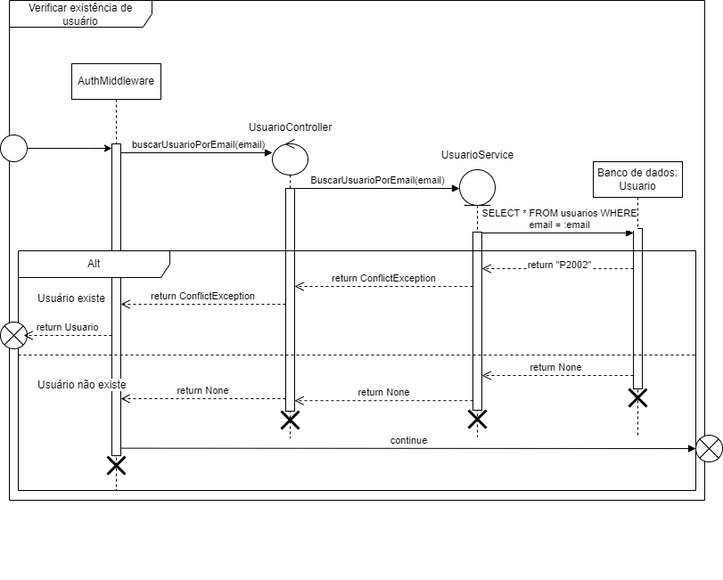
Earlier version of the draw.io export UML/sequencia/usuario/verificacao_de_existencia_usuario.drawio.png (Dev-Vinicius-Borges/thousand-miles). Source tidied: cells renumbered, new cells last; positions are measured from the earlier drawing's top-left corner, leaving out a move shared by most shapes.
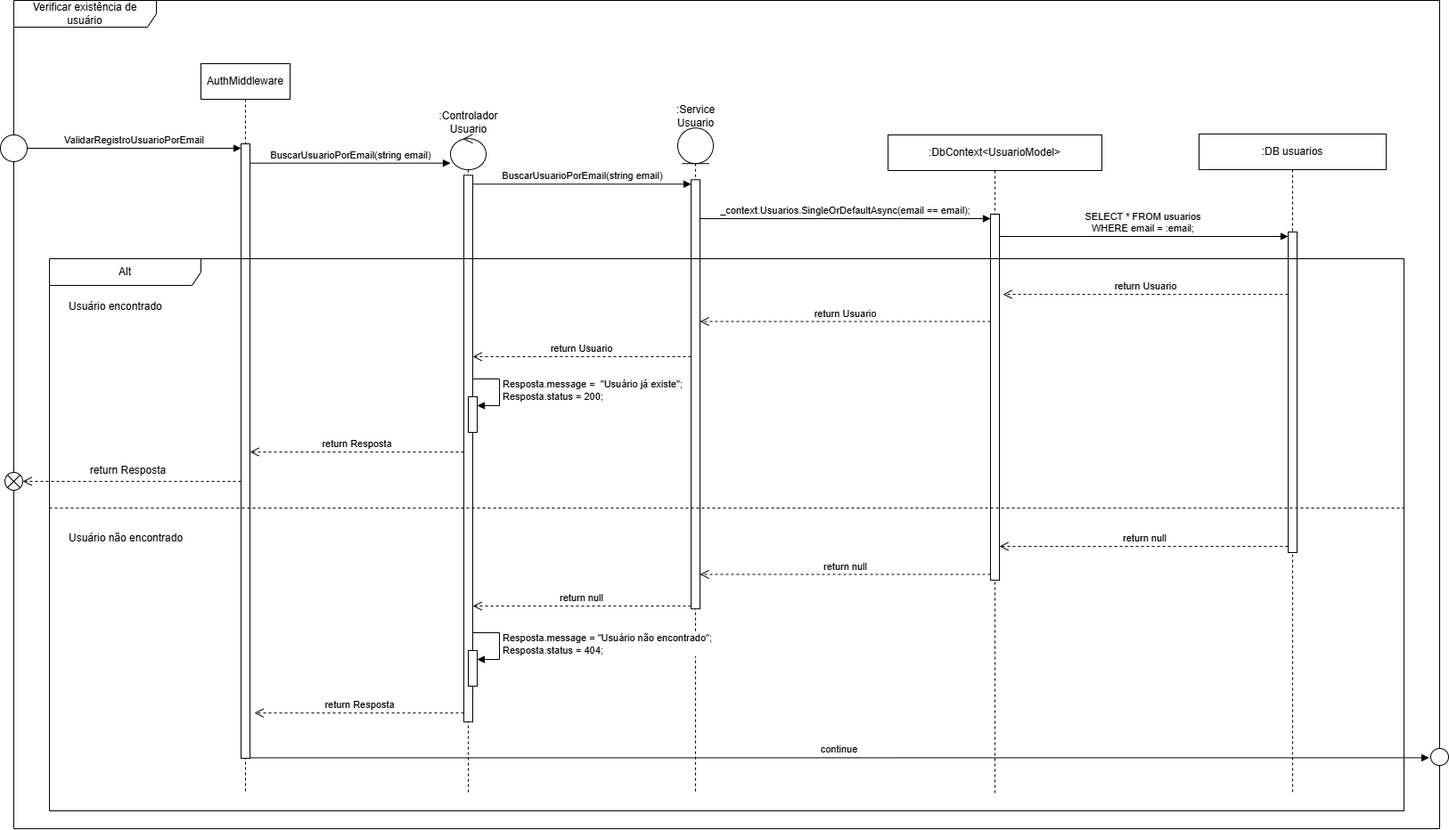
The same file after the commit.

Commit message:
docs(UML): Refatorando o diagrama de verificação de email.

What changed in the source:
```diff
@@ -3,140 +3,165 @@
     <mxCell id="0" />
     <mxCell id="1" parent="0" />
     <mxCell id="2" value="Verificar existência de usuário" style="shape=umlFrame;whiteSpace=wrap;html=1;width=160;" parent="1" vertex="1">
-      <mxGeometry x="10" width="780" height="561" as="geometry" />
+      <mxGeometry x="10" width="1600" height="930" as="geometry" />
     </mxCell>
-    <mxCell id="3" style="group;" parent="2" vertex="1">
-      <mxGeometry x="255" y="101" width="120" height="549" as="geometry" />
-    </mxCell>
-    <mxCell id="4" style="shape=umlLifeline;perimeter=lifelinePerimeter;whiteSpace=wrap;html=1;newEdgeStyle={&quot;curved&quot;:0,&quot;rounded&quot;:0};participant=umlControl;" parent="3" vertex="1">
-      <mxGeometry x="40" y="54.9" width="40" height="335.1" as="geometry" />
-    </mxCell>
-    <mxCell id="5" value="UsuarioController" style="text;html=1;align=center;verticalAlign=middle;strokeColor=none;fillColor=none;" parent="3" vertex="1">
-      <mxGeometry y="27.5" width="120" height="30" as="geometry" />
-    </mxCell>
-    <mxCell id="6" style="html=1;points=[[0,0,0,0,5],[0,1,0,0,-5],[1,0,0,0,5],[1,1,0,0,-5]];perimeter=orthogonalPerimeter;outlineConnect=0;targetShapes=umlLifeline;portConstraint=eastwest;newEdgeStyle={&quot;curved&quot;:0,&quot;rounded&quot;:0};" parent="3" vertex="1">
-      <mxGeometry x="55" y="110" width="10" height="250" as="geometry" />
-    </mxCell>
-    <mxCell id="7" value="return None" style="html=1;verticalAlign=bottom;endArrow=open;dashed=1;endSize=8;curved=0;rounded=0;" parent="3" edge="1">
-      <mxGeometry relative="1" as="geometry">
-        <mxPoint x="265" y="348.2" as="sourcePoint" />
-        <mxPoint x="65" y="348.2" as="targetPoint" />
-      </mxGeometry>
-    </mxCell>
-    <mxCell id="8" style="shape=umlDestroy;whiteSpace=wrap;html=1;strokeWidth=3;targetShapes=umlLifeline;" parent="3" vertex="1">
-      <mxGeometry x="50" y="360" width="20" height="20" as="geometry" />
-    </mxCell>
     <mxCell id="9" value="AuthMiddleware" style="shape=umlLifeline;perimeter=lifelinePerimeter;whiteSpace=wrap;html=1;newEdgeStyle={&quot;curved&quot;:0,&quot;rounded&quot;:0};" parent="2" vertex="1">
-      <mxGeometry x="70" y="71" width="100" height="479" as="geometry" />
+      <mxGeometry x="210" y="71" width="100" height="819" as="geometry" />
     </mxCell>
     <mxCell id="10" style="html=1;points=[[0,0,0,0,5],[0,1,0,0,-5],[1,0,0,0,5],[1,1,0,0,-5]];perimeter=orthogonalPerimeter;outlineConnect=0;targetShapes=umlLifeline;portConstraint=eastwest;newEdgeStyle={&quot;curved&quot;:0,&quot;rounded&quot;:0};" parent="9" vertex="1">
-      <mxGeometry x="45" y="90" width="10" height="350" as="geometry" />
+      <mxGeometry x="45" y="90" width="10" height="690" as="geometry" />
     </mxCell>
-    <mxCell id="11" value="buscarUsuarioPorEmail(email)" style="html=1;verticalAlign=bottom;endArrow=block;curved=0;rounded=0;entryX=0;entryY=0.071;entryDx=0;entryDy=0;entryPerimeter=0;" parent="2" edge="1">
-      <mxGeometry relative="1" as="geometry">
-        <mxPoint x="125" y="171" as="sourcePoint" />
-        <mxPoint x="295" y="171" as="targetPoint" />
-      </mxGeometry>
-    </mxCell>
-    <mxCell id="12" style="shape=umlLifeline;perimeter=lifelinePerimeter;whiteSpace=wrap;html=1;newEdgeStyle={&quot;curved&quot;:0,&quot;rounded&quot;:0};participant=umlEntity;" parent="2" vertex="1">
-      <mxGeometry x="505" y="190" width="40" height="300" as="geometry" />
-    </mxCell>
-    <mxCell id="13" style="html=1;points=[[0,0,0,0,5],[0,1,0,0,-5],[1,0,0,0,5],[1,1,0,0,-5]];perimeter=orthogonalPerimeter;outlineConnect=0;targetShapes=umlLifeline;portConstraint=eastwest;newEdgeStyle={&quot;curved&quot;:0,&quot;rounded&quot;:0};" parent="12" vertex="1">
-      <mxGeometry x="15" y="70" width="10" height="200" as="geometry" />
-    </mxCell>
-    <mxCell id="14" style="shape=umlDestroy;whiteSpace=wrap;html=1;strokeWidth=3;targetShapes=umlLifeline;" parent="12" vertex="1">
-      <mxGeometry x="10" y="270" width="20" height="20" as="geometry" />
-    </mxCell>
-    <mxCell id="15" value="Banco de dados: Usuario" style="shape=umlLifeline;perimeter=lifelinePerimeter;whiteSpace=wrap;html=1;newEdgeStyle={&quot;curved&quot;:0,&quot;rounded&quot;:0};" parent="2" vertex="1">
-      <mxGeometry x="655" y="181" width="100" height="309" as="geometry" />
-    </mxCell>
-    <mxCell id="16" style="html=1;points=[[0,0,0,0,5],[0,1,0,0,-5],[1,0,0,0,5],[1,1,0,0,-5]];perimeter=orthogonalPerimeter;outlineConnect=0;targetShapes=umlLifeline;portConstraint=eastwest;newEdgeStyle={&quot;curved&quot;:0,&quot;rounded&quot;:0};" parent="15" vertex="1">
-      <mxGeometry x="45" y="75" width="10" height="180" as="geometry" />
-    </mxCell>
-    <mxCell id="17" style="shape=umlDestroy;whiteSpace=wrap;html=1;strokeWidth=3;targetShapes=umlLifeline;" parent="15" vertex="1">
-      <mxGeometry x="40" y="255" width="20" height="20" as="geometry" />
-    </mxCell>
-    <mxCell id="18" value="SELECT * FROM usuarios WHERE&lt;div&gt;email = :email&lt;/div&gt;" style="html=1;verticalAlign=bottom;endArrow=block;curved=0;rounded=0;entryX=0;entryY=0;entryDx=0;entryDy=5;" parent="2" edge="1" source="13" target="16">
-      <mxGeometry relative="1" as="geometry" />
-    </mxCell>
-    <mxCell id="19" value="return &quot;P2002&quot;" style="html=1;verticalAlign=bottom;endArrow=open;dashed=1;endSize=8;curved=0;rounded=0;" parent="2" edge="1">
-      <mxGeometry y="5" relative="1" as="geometry">
-        <mxPoint x="700" y="301" as="sourcePoint" />
-        <mxPoint x="530" y="301" as="targetPoint" />
-      </mxGeometry>
-    </mxCell>
-    <mxCell id="20" value="return ConflictException" style="html=1;verticalAlign=bottom;endArrow=open;dashed=1;endSize=8;curved=0;rounded=0;" parent="2" edge="1">
-      <mxGeometry relative="1" as="geometry">
-        <mxPoint x="520" y="321" as="sourcePoint" />
-        <mxPoint x="320" y="321" as="targetPoint" />
-      </mxGeometry>
-    </mxCell>
-    <mxCell id="21" value="return ConflictException" style="html=1;verticalAlign=bottom;endArrow=open;dashed=1;endSize=8;curved=0;rounded=0;" parent="2" edge="1" source="6">
-      <mxGeometry relative="1" as="geometry">
-        <mxPoint x="125" y="341" as="targetPoint" />
-      </mxGeometry>
-    </mxCell>
-    <mxCell id="22" value="return None" style="html=1;verticalAlign=bottom;endArrow=open;dashed=1;endSize=8;curved=0;rounded=0;" parent="2" edge="1">
-      <mxGeometry relative="1" as="geometry">
-        <mxPoint x="700" y="421" as="sourcePoint" />
-        <mxPoint x="530" y="421" as="targetPoint" />
-        <Array as="points">
-          <mxPoint x="615" y="421" />
-        </Array>
-      </mxGeometry>
-    </mxCell>
-    <mxCell id="23" value="UsuarioService" style="text;html=1;align=center;verticalAlign=middle;strokeColor=none;fillColor=none;" parent="2" vertex="1">
-      <mxGeometry x="475" y="159" width="100" height="30" as="geometry" />
-    </mxCell>
     <mxCell id="24" style="ellipse;" parent="2" vertex="1">
-      <mxGeometry x="-10" y="151" width="30" height="30" as="geometry" />
+      <mxGeometry x="-15" y="151" width="30" height="30" as="geometry" />
     </mxCell>
-    <mxCell id="25" style="edgeStyle=orthogonalEdgeStyle;rounded=0;jettySize=auto;html=1;" parent="2" edge="1" source="24" target="10">
-      <mxGeometry relative="1" as="geometry">
-        <Array as="points">
-          <mxPoint x="90" y="166" />
-          <mxPoint x="90" y="166" />
-        </Array>
-      </mxGeometry>
+    <mxCell id="25" value="ValidarRegistroUsuarioPorEmail" style="html=1;verticalAlign=bottom;endArrow=block;curved=0;rounded=0;exitX=1;exitY=0.5;exitDx=0;exitDy=0;entryX=0;entryY=0;entryDx=0;entryDy=5;entryPerimeter=0;" parent="2" edge="1" source="24" target="10">
+      <mxGeometry relative="1" as="geometry" />
     </mxCell>
+    <mxCell id="36" value="BuscarUsuarioPorEmail(string email)" style="html=1;verticalAlign=bottom;endArrow=block;curved=0;rounded=0;entryX=0;entryY=0.044;entryDx=0;entryDy=0;entryPerimeter=0;" parent="2" edge="1" source="10" target="38">
+      <mxGeometry relative="1" as="geometry" />
+    </mxCell>
+    <mxCell id="37" style="group;" parent="2" vertex="1">
+      <mxGeometry x="465" y="132" width="90" height="758" as="geometry" />
+    </mxCell>
+    <mxCell id="38" style="shape=umlLifeline;perimeter=lifelinePerimeter;whiteSpace=wrap;html=1;outlineConnect=0;portConstraint=eastwest;newEdgeStyle={&quot;curved&quot;:0,&quot;rounded&quot;:0};participant=umlControl;" parent="37" vertex="1">
+      <mxGeometry x="25" y="18.1" width="40" height="739.9" as="geometry" />
+    </mxCell>
+    <mxCell id="39" style="html=1;points=[[0,0,0,0,5],[0,1,0,0,-5],[1,0,0,0,5],[1,1,0,0,-5]];perimeter=orthogonalPerimeter;outlineConnect=0;targetShapes=umlLifeline;portConstraint=eastwest;newEdgeStyle={&quot;curved&quot;:0,&quot;rounded&quot;:0};" parent="38" vertex="1">
+      <mxGeometry x="15" y="46.1" width="10" height="613.9" as="geometry" />
+    </mxCell>
+    <mxCell id="40" value=":Controlador&lt;div&gt;Usuario&lt;/div&gt;" style="text;html=1;align=center;verticalAlign=middle;strokeColor=none;fillColor=none;" parent="37" vertex="1">
+      <mxGeometry y="-14.8" width="90" height="40" as="geometry" />
+    </mxCell>
+    <mxCell id="41" style="group;" parent="2" vertex="1">
+      <mxGeometry x="730" y="110" width="70" height="780" as="geometry" />
+    </mxCell>
+    <mxCell id="42" style="shape=umlLifeline;perimeter=lifelinePerimeter;whiteSpace=wrap;html=1;newEdgeStyle={&quot;curved&quot;:0,&quot;rounded&quot;:0};participant=umlEntity;" parent="41" vertex="1">
+      <mxGeometry x="15" y="33.2" width="40" height="746.8" as="geometry" />
+    </mxCell>
+    <mxCell id="43" style="html=1;points=[[0,0,0,0,5],[0,1,0,0,-5],[1,0,0,0,5],[1,1,0,0,-5]];perimeter=orthogonalPerimeter;outlineConnect=0;targetShapes=umlLifeline;portConstraint=eastwest;newEdgeStyle={&quot;curved&quot;:0,&quot;rounded&quot;:0};" parent="42" vertex="1">
+      <mxGeometry x="15" y="58.1" width="10" height="481.9" as="geometry" />
+    </mxCell>
+    <mxCell id="44" value=":Service&lt;div&gt;Usuario&lt;/div&gt;" style="text;html=1;align=center;verticalAlign=middle;strokeColor=none;fillColor=none;" parent="41" vertex="1">
+      <mxGeometry width="70" height="40" as="geometry" />
+    </mxCell>
+    <mxCell id="45" value="BuscarUsuarioPorEmail(string email)" style="html=1;verticalAlign=bottom;endArrow=block;curved=0;rounded=0;entryX=0;entryY=0;entryDx=0;entryDy=5;" parent="2" edge="1" source="39" target="43">
+      <mxGeometry relative="1" as="geometry" />
+    </mxCell>
+    <mxCell id="46" value=":DbContext&amp;lt;UsuarioModel&amp;gt;" style="shape=umlLifeline;perimeter=lifelinePerimeter;whiteSpace=wrap;html=1;newEdgeStyle={&quot;curved&quot;:0,&quot;rounded&quot;:0};" parent="2" vertex="1">
+      <mxGeometry x="981" y="151" width="240" height="739" as="geometry" />
+    </mxCell>
+    <mxCell id="47" style="html=1;points=[[0,0,0,0,5],[0,1,0,0,-5],[1,0,0,0,5],[1,1,0,0,-5]];perimeter=orthogonalPerimeter;outlineConnect=0;targetShapes=umlLifeline;portConstraint=eastwest;newEdgeStyle={&quot;curved&quot;:0,&quot;rounded&quot;:0};" parent="46" vertex="1">
+      <mxGeometry x="115" y="89" width="10" height="411" as="geometry" />
+    </mxCell>
+    <mxCell id="48" value=":DB usuarios" style="shape=umlLifeline;perimeter=lifelinePerimeter;whiteSpace=wrap;html=1;newEdgeStyle={&quot;curved&quot;:0,&quot;rounded&quot;:0};" parent="2" vertex="1">
+      <mxGeometry x="1330" y="150" width="210" height="740" as="geometry" />
+    </mxCell>
+    <mxCell id="49" style="html=1;points=[[0,0,0,0,5],[0,1,0,0,-5],[1,0,0,0,5],[1,1,0,0,-5]];perimeter=orthogonalPerimeter;outlineConnect=0;targetShapes=umlLifeline;portConstraint=eastwest;newEdgeStyle={&quot;curved&quot;:0,&quot;rounded&quot;:0};" parent="48" vertex="1">
+      <mxGeometry x="100" y="110" width="10" height="360" as="geometry" />
+    </mxCell>
+    <mxCell id="50" value="_context.Usuarios.SingleOrDefaultAsync(email == email);" style="html=1;verticalAlign=bottom;endArrow=block;curved=0;rounded=0;entryX=0;entryY=0;entryDx=0;entryDy=5;" parent="2" edge="1" source="43" target="47">
+      <mxGeometry relative="1" as="geometry" />
+    </mxCell>
+    <mxCell id="51" value="SELECT * FROM usuarios&lt;div&gt;WHERE email = :email;&lt;/div&gt;" style="html=1;verticalAlign=bottom;endArrow=block;curved=0;rounded=0;entryX=0;entryY=0;entryDx=0;entryDy=5;" parent="2" edge="1" source="47" target="49">
+      <mxGeometry relative="1" as="geometry" />
+    </mxCell>
     <mxCell id="26" value="Alt" style="shape=umlFrame;whiteSpace=wrap;html=1;width=170;" parent="2" vertex="1">
-      <mxGeometry x="10" y="281" width="760" height="269" as="geometry" />
+      <mxGeometry x="40" y="290" width="1520" height="620" as="geometry" />
     </mxCell>
-    <mxCell id="27" value="Usuário existe" style="text;html=1;" parent="26" vertex="1">
-      <mxGeometry width="100" height="20" relative="1" as="geometry">
-        <mxPoint x="20" y="40" as="offset" />
-      </mxGeometry>
-    </mxCell>
-    <mxCell id="28" value="Usuário não existe" style="line;strokeWidth=1;dashed=1;labelPosition=center;verticalLabelPosition=bottom;align=left;verticalAlign=top;spacingLeft=20;spacingTop=15;html=1;whiteSpace=wrap;" parent="26" vertex="1">
-      <mxGeometry y="112" width="760" height="10" as="geometry" />
-    </mxCell>
-    <mxCell id="29" style="shape=umlDestroy;whiteSpace=wrap;html=1;strokeWidth=3;targetShapes=umlLifeline;" parent="26" vertex="1">
-      <mxGeometry x="100" y="231" width="20" height="20" as="geometry" />
-    </mxCell>
-    <mxCell id="30" value="return None" style="html=1;verticalAlign=bottom;endArrow=open;dashed=1;endSize=8;curved=0;rounded=0;" parent="2" edge="1">
-      <mxGeometry relative="1" as="geometry">
-        <mxPoint x="310" y="447" as="sourcePoint" />
-        <mxPoint x="125" y="447" as="targetPoint" />
-      </mxGeometry>
-    </mxCell>
-    <mxCell id="31" value="BuscarUsuarioPorEmail(email)" style="html=1;verticalAlign=bottom;endArrow=block;curved=0;rounded=0;" parent="2" edge="1" source="6">
-      <mxGeometry relative="1" as="geometry">
-        <mxPoint x="505" y="211" as="targetPoint" />
-      </mxGeometry>
-    </mxCell>
+    <mxCell id="52" value="Usuário encontrado" style="text;html=1;" parent="26" vertex="1">
+      <mxGeometry width="100" height="20" relative="1" as="geometry">
+        <mxPoint x="20" y="40" as="offset" />
+      </mxGeometry>
+    </mxCell>
+    <mxCell id="53" value="Usuário não encontrado" style="line;strokeWidth=1;dashed=1;labelPosition=center;verticalLabelPosition=bottom;align=left;verticalAlign=top;spacingLeft=20;spacingTop=15;html=1;whiteSpace=wrap;" parent="26" vertex="1">
+      <mxGeometry y="275" width="1520" height="10" as="geometry" />
+    </mxCell>
+    <mxCell id="54" style="html=1;points=[[0,0,0,0,5],[0,1,0,0,-5],[1,0,0,0,5],[1,1,0,0,-5]];perimeter=orthogonalPerimeter;outlineConnect=0;targetShapes=umlLifeline;portConstraint=eastwest;newEdgeStyle={&quot;curved&quot;:0,&quot;rounded&quot;:0};" parent="26" vertex="1">
+      <mxGeometry x="470" y="155" width="10" height="40" as="geometry" />
+    </mxCell>
+    <mxCell id="55" value="Resposta.message =&amp;nbsp;&amp;nbsp;&lt;span style=&quot;background-color: light-dark(#ffffff, var(--ge-dark-color, #121212)); color: light-dark(rgb(0, 0, 0), rgb(255, 255, 255));&quot;&gt;&quot;Usuário já existe&quot;;&lt;/span&gt;&lt;div&gt;&lt;span style=&quot;background-color: light-dark(#ffffff, var(--ge-dark-color, #121212)); color: light-dark(rgb(0, 0, 0), rgb(255, 255, 255));&quot;&gt;Resposta.status = 200;&lt;/span&gt;&lt;/div&gt;" style="html=1;align=left;spacingLeft=2;endArrow=block;rounded=0;edgeStyle=orthogonalEdgeStyle;curved=0;rounded=0;" parent="26" edge="1" target="54">
+      <mxGeometry relative="1" as="geometry">
+        <mxPoint x="475" y="135" as="sourcePoint" />
+        <Array as="points">
+          <mxPoint x="505" y="165" />
+        </Array>
+      </mxGeometry>
+    </mxCell>
+    <mxCell id="56" style="html=1;points=[[0,0,0,0,5],[0,1,0,0,-5],[1,0,0,0,5],[1,1,0,0,-5]];perimeter=orthogonalPerimeter;outlineConnect=0;targetShapes=umlLifeline;portConstraint=eastwest;newEdgeStyle={&quot;curved&quot;:0,&quot;rounded&quot;:0};" parent="26" vertex="1">
+      <mxGeometry x="470" y="440" width="10" height="40" as="geometry" />
+    </mxCell>
+    <mxCell id="57" value="Resposta.message = &quot;Usuário não encontrado&quot;;&lt;div&gt;Resposta.status = 404;&lt;/div&gt;" style="html=1;align=left;spacingLeft=2;endArrow=block;rounded=0;edgeStyle=orthogonalEdgeStyle;curved=0;rounded=0;" parent="26" edge="1" target="56">
+      <mxGeometry relative="1" as="geometry">
+        <mxPoint x="475" y="420" as="sourcePoint" />
+        <Array as="points">
+          <mxPoint x="505" y="450" />
+        </Array>
+      </mxGeometry>
+    </mxCell>
+    <mxCell id="58" value="return Usuario" style="html=1;verticalAlign=bottom;endArrow=open;dashed=1;endSize=8;curved=0;rounded=0;entryX=1.4;entryY=0.46;entryDx=0;entryDy=0;entryPerimeter=0;" parent="2" edge="1">
+      <mxGeometry relative="1" as="geometry">
+        <mxPoint x="1430" y="330.1" as="sourcePoint" />
+        <mxPoint x="1110" y="330.1" as="targetPoint" />
+      </mxGeometry>
+    </mxCell>
+    <mxCell id="59" value="return Usuario" style="html=1;verticalAlign=bottom;endArrow=open;dashed=1;endSize=8;curved=0;rounded=0;" parent="2" edge="1">
+      <mxGeometry relative="1" as="geometry">
+        <mxPoint x="1096" y="360.5" as="sourcePoint" />
+        <mxPoint x="770" y="360.5" as="targetPoint" />
+      </mxGeometry>
+    </mxCell>
+    <mxCell id="60" value="return Usuario" style="html=1;verticalAlign=bottom;endArrow=open;dashed=1;endSize=8;curved=0;rounded=0;" parent="2" edge="1">
+      <mxGeometry relative="1" as="geometry">
+        <mxPoint x="760" y="400" as="sourcePoint" />
+        <mxPoint x="515" y="400" as="targetPoint" />
+      </mxGeometry>
+    </mxCell>
+    <mxCell id="61" value="return Resposta" style="html=1;verticalAlign=bottom;endArrow=open;dashed=1;endSize=8;curved=0;rounded=0;" parent="2" edge="1">
+      <mxGeometry relative="1" as="geometry">
+        <mxPoint x="505" y="507" as="sourcePoint" />
+        <mxPoint x="265" y="507" as="targetPoint" />
+      </mxGeometry>
+    </mxCell>
+    <mxCell id="62" style="html=1;verticalAlign=bottom;endArrow=open;dashed=1;endSize=8;curved=0;rounded=0;entryX=1;entryY=0.5;entryDx=0;entryDy=0;" parent="2" edge="1" source="10" target="63">
+      <mxGeometry relative="1" as="geometry" />
+    </mxCell>
+    <mxCell id="63" style="shape=sumEllipse;perimeter=ellipsePerimeter;html=1;backgroundOutline=1;" parent="2" vertex="1">
+      <mxGeometry x="-10" y="530" width="20" height="20" as="geometry" />
+    </mxCell>
+    <mxCell id="64" value="return null" style="html=1;verticalAlign=bottom;endArrow=open;dashed=1;endSize=8;curved=0;rounded=0;" parent="2" edge="1">
+      <mxGeometry relative="1" as="geometry">
+        <mxPoint x="1430" y="613" as="sourcePoint" />
+        <mxPoint x="1106" y="613" as="targetPoint" />
+      </mxGeometry>
+    </mxCell>
+    <mxCell id="65" value="return null" style="html=1;verticalAlign=bottom;endArrow=open;dashed=1;endSize=8;curved=0;rounded=0;" parent="2" edge="1">
+      <mxGeometry relative="1" as="geometry">
+        <mxPoint x="1096" y="644.5" as="sourcePoint" />
+        <mxPoint x="770" y="644.5" as="targetPoint" />
+      </mxGeometry>
+    </mxCell>
+    <mxCell id="66" value="return null" style="html=1;verticalAlign=bottom;endArrow=open;dashed=1;endSize=8;curved=0;rounded=0;" parent="2" edge="1">
+      <mxGeometry relative="1" as="geometry">
+        <mxPoint x="760" y="680" as="sourcePoint" />
+        <mxPoint x="515" y="680" as="targetPoint" />
+      </mxGeometry>
+    </mxCell>
+    <mxCell id="67" value="return Resposta" style="html=1;verticalAlign=bottom;endArrow=open;dashed=1;endSize=8;curved=0;rounded=0;entryX=1.5;entryY=0.856;entryDx=0;entryDy=0;entryPerimeter=0;" parent="2" edge="1">
+      <mxGeometry relative="1" as="geometry">
+        <mxPoint x="505" y="800.1" as="sourcePoint" />
+        <mxPoint x="270" y="800.1" as="targetPoint" />
+      </mxGeometry>
+    </mxCell>
-    <mxCell id="32" value="continue" style="html=1;verticalAlign=bottom;endArrow=block;curved=0;rounded=0;entryX=0;entryY=0.5;entryDx=0;entryDy=0;" parent="2" edge="1" target="35">
+    <mxCell id="32" value="continue" style="html=1;verticalAlign=bottom;endArrow=block;curved=0;rounded=0;entryX=-0.091;entryY=0.547;entryDx=0;entryDy=0;entryPerimeter=0;" parent="2" edge="1" target="69">
       <mxGeometry relative="1" as="geometry">
-        <mxPoint x="125" y="502.6" as="sourcePoint" />
+        <mxPoint x="265" y="850.4" as="sourcePoint" />
       </mxGeometry>
     </mxCell>
-    <mxCell id="33" style="shape=sumEllipse;perimeter=ellipsePerimeter;html=1;backgroundOutline=1;" parent="1" vertex="1">
-      <mxGeometry y="361" width="30" height="30" as="geometry" />
-    </mxCell>
-    <mxCell id="34" value="return Usuario" style="html=1;verticalAlign=bottom;endArrow=open;dashed=1;endSize=8;curved=0;rounded=0;entryX=0.867;entryY=0.5;entryDx=0;entryDy=0;entryPerimeter=0;" parent="1" edge="1" source="10" target="33">
-      <mxGeometry relative="1" as="geometry" />
-    </mxCell>
-    <mxCell id="35" style="shape=sumEllipse;perimeter=ellipsePerimeter;html=1;backgroundOutline=1;" parent="1" vertex="1">
-      <mxGeometry x="780" y="488" width="30" height="30" as="geometry" />
-    </mxCell>
+    <mxCell id="68" value="return Resposta" style="text;html=1;align=center;verticalAlign=middle;strokeColor=none;fillColor=none;" parent="1" vertex="1">
+      <mxGeometry x="83" y="513" width="110" height="30" as="geometry" />
+    </mxCell>
+    <mxCell id="69" style="ellipse;" parent="1" vertex="1">
+      <mxGeometry x="1600" y="840" width="20" height="19" as="geometry" />
+    </mxCell>
   </root>
 </mxGraphModel>
```
